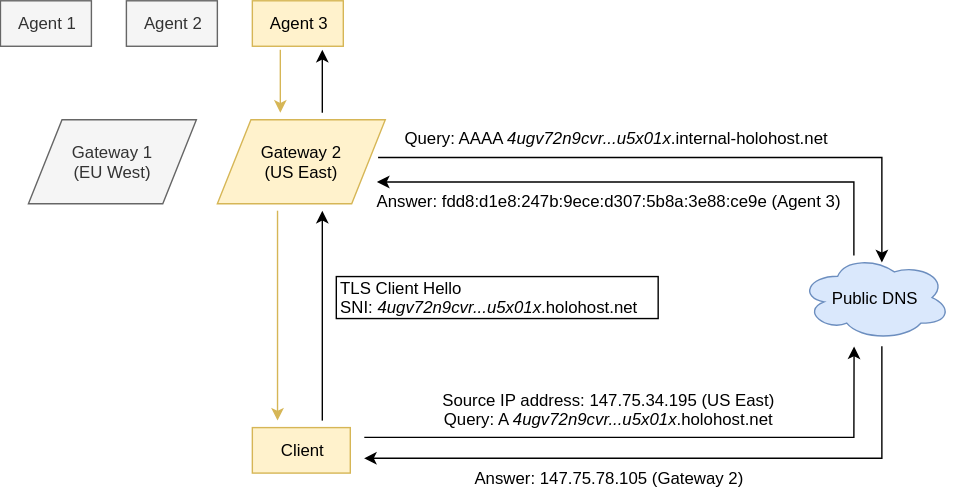
Above: diagram.svg in transumption-crypto/holo-router (draw.io), before the change. Source tidied: cells renumbered, new cells last; positions are measured from the earlier drawing's top-left corner, leaving out a move shared by most shapes.
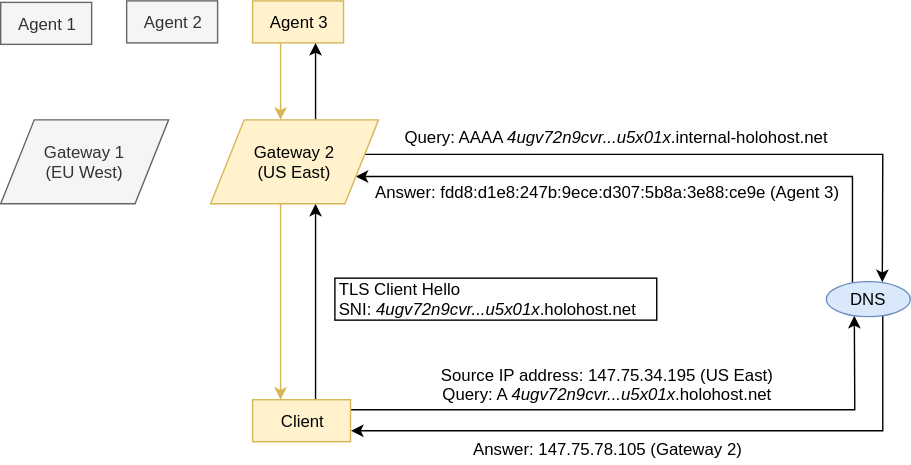
The same file after the commit.

Commit message:
Render diagram

Change to the diagram source:
```diff
@@ -4,97 +4,90 @@
     <mxCell id="1" style="html=1;" parent="0" />
     <mxCell id="2" style="edgeStyle=orthogonalEdgeStyle;rounded=0;orthogonalLoop=1;jettySize=auto;html=1;entryX=0.75;entryY=1;entryDx=0;entryDy=0;" parent="1" edge="1">
       <mxGeometry relative="1" as="geometry">
-        <mxPoint x="229.8" y="300.1" as="sourcePoint" />
-        <mxPoint x="229.8" y="150.1" as="targetPoint" />
+        <mxPoint x="226" y="284" as="sourcePoint" />
+        <mxPoint x="226" y="144" as="targetPoint" />
       </mxGeometry>
     </mxCell>
-    <mxCell id="3" style="edgeStyle=orthogonalEdgeStyle;rounded=0;orthogonalLoop=1;jettySize=auto;html=1;" parent="1" edge="1">
+    <mxCell id="3" style="edgeStyle=orthogonalEdgeStyle;rounded=0;jettySize=auto;html=1;exitX=1;exitY=0.25;exitDx=0;exitDy=0;" parent="1" edge="1" source="16">
       <mxGeometry relative="1" as="geometry">
-        <mxPoint x="259.8" y="312.1" as="sourcePoint" />
-        <mxPoint x="609.8" y="247.1" as="targetPoint" />
+        <mxPoint x="611" y="224" as="targetPoint" />
       </mxGeometry>
     </mxCell>
     <mxCell id="4" value="&lt;div&gt;&lt;span&gt;Source IP address:&amp;nbsp;147.75.34.195 (US East)&lt;/span&gt;&lt;/div&gt;Query: A &lt;i&gt;4ugv72n9cvr...u5x01x&lt;/i&gt;.holohost.net" style="text;html=1;align=center;verticalAlign=middle;" parent="1" vertex="1">
-      <mxGeometry x="309.8" y="277.1" width="250" height="30" as="geometry" />
+      <mxGeometry x="309.8" y="258" width="250" height="30" as="geometry" />
     </mxCell>
     <mxCell id="5" value="Answer: 147.75.78.105&amp;nbsp;(Gateway 2)" style="text;html=1;align=center;verticalAlign=middle;" parent="1" vertex="1">
-      <mxGeometry x="329.8" y="331.1" width="210" height="20" as="geometry" />
+      <mxGeometry x="329.8" y="309" width="210" height="20" as="geometry" />
     </mxCell>
     <mxCell id="6" value="Gateway 1&lt;br&gt;(EU West)" style="shape=parallelogram;perimeter=parallelogramPerimeter;whiteSpace=wrap;html=1;fillColor=#f5f5f5;strokeColor=#666666;fontColor=#333333;" parent="1" vertex="1">
-      <mxGeometry x="19.8" y="85.1" width="120" height="60" as="geometry" />
+      <mxGeometry x="1" y="84" width="120" height="60" as="geometry" />
     </mxCell>
     <mxCell id="7" value="&lt;div&gt;TLS Client Hello&lt;/div&gt;&lt;div&gt;SNI: &lt;i&gt;4ugv72n9cvr...u5x01x&lt;/i&gt;.holohost.net&lt;br&gt;&lt;/div&gt;" style="text;html=1;align=left;verticalAlign=middle;strokeColor=#000000;fillColor=#ffffff;" parent="1" vertex="1">
       <mxGeometry x="239.8" y="197.1" width="230" height="30" as="geometry" />
     </mxCell>
     <mxCell id="8" value="&lt;span style=&quot;text-align: left&quot;&gt;Query: AAAA &lt;i&gt;4ugv72n9cvr...u5x01x&lt;/i&gt;.internal-holohost.net&lt;/span&gt;" style="text;html=1;align=center;verticalAlign=middle;" parent="1" vertex="1">
-      <mxGeometry x="279.8" y="88.1" width="320" height="20" as="geometry" />
+      <mxGeometry x="281" y="86" width="320" height="20" as="geometry" />
     </mxCell>
     <mxCell id="9" value="&lt;div style=&quot;text-align: left&quot;&gt;Answer: fdd8:d1e8:247b:9ece:d307:5b8a:3e88:ce9e (Agent 3)&lt;/div&gt;" style="text;html=1;align=center;verticalAlign=middle;" parent="1" vertex="1">
-      <mxGeometry x="259.8" y="133.1" width="350" height="20" as="geometry" />
+      <mxGeometry x="259.8" y="125.1" width="350" height="20" as="geometry" />
     </mxCell>
     <mxCell id="10" value="Agent 3" style="rounded=0;whiteSpace=wrap;html=1;fillColor=#fff2cc;strokeColor=#d6b656;" parent="1" vertex="1">
-      <mxGeometry x="179.8" y="0.1" width="65" height="32.5" as="geometry" />
+      <mxGeometry x="181" y="-1" width="65" height="30" as="geometry" />
     </mxCell>
     <mxCell id="11" value="Agent 2" style="rounded=0;whiteSpace=wrap;html=1;fillColor=#f5f5f5;strokeColor=#666666;fontColor=#333333;" parent="1" vertex="1">
-      <mxGeometry x="89.8" y="0.1" width="65" height="32.5" as="geometry" />
+      <mxGeometry x="91" y="-1" width="65" height="30" as="geometry" />
     </mxCell>
     <mxCell id="12" value="Agent 1" style="rounded=0;whiteSpace=wrap;html=1;fillColor=#f5f5f5;strokeColor=#666666;fontColor=#333333;" parent="1" vertex="1">
-      <mxGeometry x="-0.2" y="0.1" width="65" height="32.5" as="geometry" />
+      <mxGeometry x="1" y="0.1" width="65" height="30" as="geometry" />
     </mxCell>
-    <mxCell id="13" value="Public DNS" style="ellipse;shape=cloud;whiteSpace=wrap;html=1;fillColor=#dae8fc;strokeColor=#6c8ebf;align=center;" parent="1" vertex="1">
-      <mxGeometry x="571.1" y="181.6" width="108" height="61" as="geometry" />
-    </mxCell>
     <mxCell id="14" style="edgeStyle=orthogonalEdgeStyle;rounded=0;orthogonalLoop=1;jettySize=auto;html=1;exitX=0.25;exitY=1;exitDx=0;exitDy=0;fillColor=#fff2cc;strokeColor=#d6b656;" parent="1" edge="1">
       <mxGeometry relative="1" as="geometry">
-        <mxPoint x="197.8" y="150.1" as="sourcePoint" />
-        <mxPoint x="197.8" y="300.1" as="targetPoint" />
+        <mxPoint x="201" y="144" as="sourcePoint" />
+        <mxPoint x="201" y="284" as="targetPoint" />
       </mxGeometry>
     </mxCell>
-    <mxCell id="15" value="Gateway 2&lt;br&gt;(US East)" style="shape=parallelogram;perimeter=parallelogramPerimeter;whiteSpace=wrap;html=1;fillColor=#fff2cc;strokeColor=#d6b656;" parent="1" vertex="1">
-      <mxGeometry x="154.8" y="85.1" width="120" height="60" as="geometry" />
-    </mxCell>
     <mxCell id="16" value="Client" style="rounded=0;whiteSpace=wrap;html=1;fillColor=#fff2cc;strokeColor=#d6b656;" parent="1" vertex="1">
-      <mxGeometry x="179.8" y="305.1" width="70" height="32.5" as="geometry" />
+      <mxGeometry x="181" y="284" width="70" height="30" as="geometry" />
     </mxCell>
     <mxCell id="17" style="edgeStyle=orthogonalEdgeStyle;rounded=0;orthogonalLoop=1;jettySize=auto;html=1;entryX=0.75;entryY=1;entryDx=0;entryDy=0;" parent="1" edge="1">
       <mxGeometry relative="1" as="geometry">
-        <mxPoint x="229.8" y="80.1" as="sourcePoint" />
-        <mxPoint x="229.8" y="35.1" as="targetPoint" />
+        <mxPoint x="226" y="84" as="sourcePoint" />
+        <mxPoint x="226" y="29" as="targetPoint" />
       </mxGeometry>
     </mxCell>
     <mxCell id="18" style="edgeStyle=orthogonalEdgeStyle;rounded=0;orthogonalLoop=1;jettySize=auto;html=1;entryX=0.75;entryY=1;entryDx=0;entryDy=0;fillColor=#fff2cc;strokeColor=#d6b656;" parent="1" edge="1">
       <mxGeometry relative="1" as="geometry">
-        <mxPoint x="199.8" y="35.1" as="sourcePoint" />
-        <mxPoint x="199.8" y="80.1" as="targetPoint" />
+        <mxPoint x="201" y="29" as="sourcePoint" />
+        <mxPoint x="201" y="84" as="targetPoint" />
       </mxGeometry>
     </mxCell>
-    <mxCell id="19" style="edgeStyle=orthogonalEdgeStyle;rounded=0;orthogonalLoop=1;jettySize=auto;html=1;" parent="1" edge="1">
+    <mxCell id="19" style="edgeStyle=orthogonalEdgeStyle;rounded=0;jettySize=auto;html=1;entryX=1;entryY=0.75;entryDx=0;entryDy=0;" parent="1" edge="1" target="16">
       <mxGeometry relative="1" as="geometry">
-        <mxPoint x="629.8" y="247.1" as="sourcePoint" />
-        <mxPoint x="259.8" y="327.1" as="targetPoint" />
+        <mxPoint x="631" y="224" as="sourcePoint" />
         <Array as="points">
-          <mxPoint x="630" y="327" />
-          <mxPoint x="610" y="327" />
+          <mxPoint x="631" y="306" />
+          <mxPoint x="441" y="306" />
         </Array>
       </mxGeometry>
     </mxCell>
-    <mxCell id="20" style="edgeStyle=orthogonalEdgeStyle;rounded=0;orthogonalLoop=1;jettySize=auto;html=1;" parent="1" edge="1">
+    <mxCell id="20" style="edgeStyle=orthogonalEdgeStyle;rounded=0;jettySize=auto;html=1;entryX=1;entryY=0.75;entryDx=0;entryDy=0;" parent="1" edge="1" target="15">
       <mxGeometry relative="1" as="geometry">
-        <mxPoint x="609.8" y="182.1" as="sourcePoint" />
-        <mxPoint x="268.5" y="129.5" as="targetPoint" />
+        <mxPoint x="611" y="200" as="sourcePoint" />
         <Array as="points">
-          <mxPoint x="609.8" y="130.1" />
+          <mxPoint x="610" y="125" />
         </Array>
       </mxGeometry>
     </mxCell>
-    <mxCell id="21" style="edgeStyle=orthogonalEdgeStyle;rounded=0;orthogonalLoop=1;jettySize=auto;html=1;" parent="1" edge="1">
+    <mxCell id="21" style="edgeStyle=orthogonalEdgeStyle;rounded=0;jettySize=auto;html=1;exitX=0.919;exitY=0.417;exitDx=0;exitDy=0;exitPerimeter=0;" parent="1" edge="1" source="15">
       <mxGeometry relative="1" as="geometry">
-        <mxPoint x="269.5" y="112.2" as="sourcePoint" />
-        <mxPoint x="629.8" y="187.1" as="targetPoint" />
-        <Array as="points">
-          <mxPoint x="629.8" y="112.1" />
-        </Array>
+        <mxPoint x="631" y="200" as="targetPoint" />
       </mxGeometry>
     </mxCell>
+    <mxCell id="15" value="Gateway 2&lt;br&gt;(US East)" style="shape=parallelogram;perimeter=parallelogramPerimeter;whiteSpace=wrap;html=1;fillColor=#fff2cc;strokeColor=#d6b656;" parent="1" vertex="1">
+      <mxGeometry x="151" y="84" width="120" height="60" as="geometry" />
+    </mxCell>
+    <mxCell id="22" value="DNS" style="ellipse;whiteSpace=wrap;html=1;fillColor=#dae8fc;strokeColor=#6c8ebf;" parent="1" vertex="1">
+      <mxGeometry x="591" y="199.6" width="60" height="25" as="geometry" />
+    </mxCell>
   </root>
 </mxGraphModel>
```
